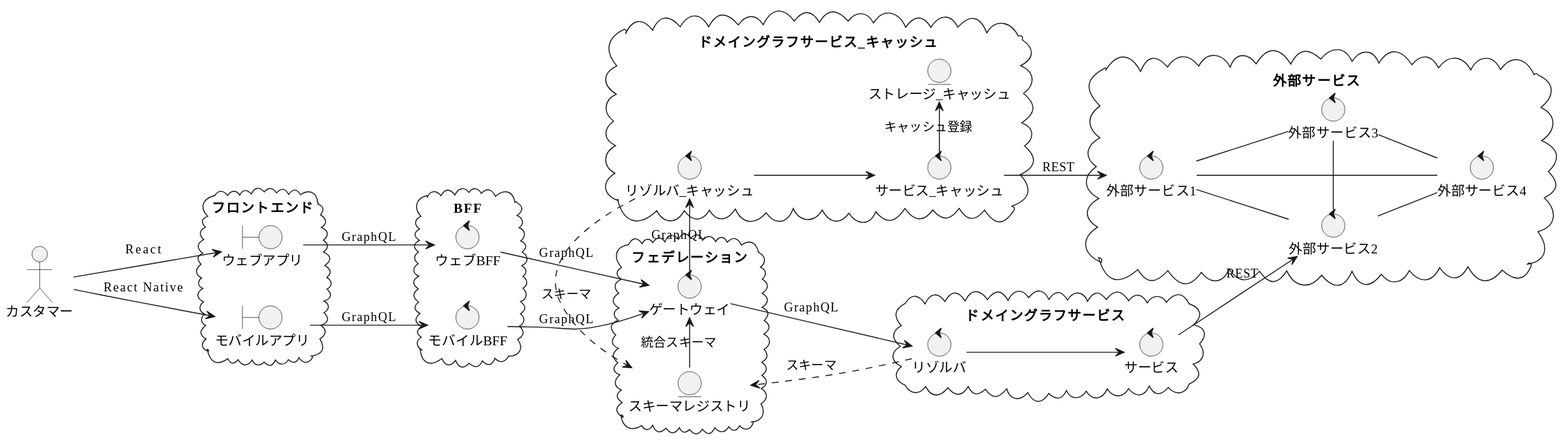
This is docs/arch/container_federation.svg from nilcy/monorepo, a PlantUML export, as it was before one commit.
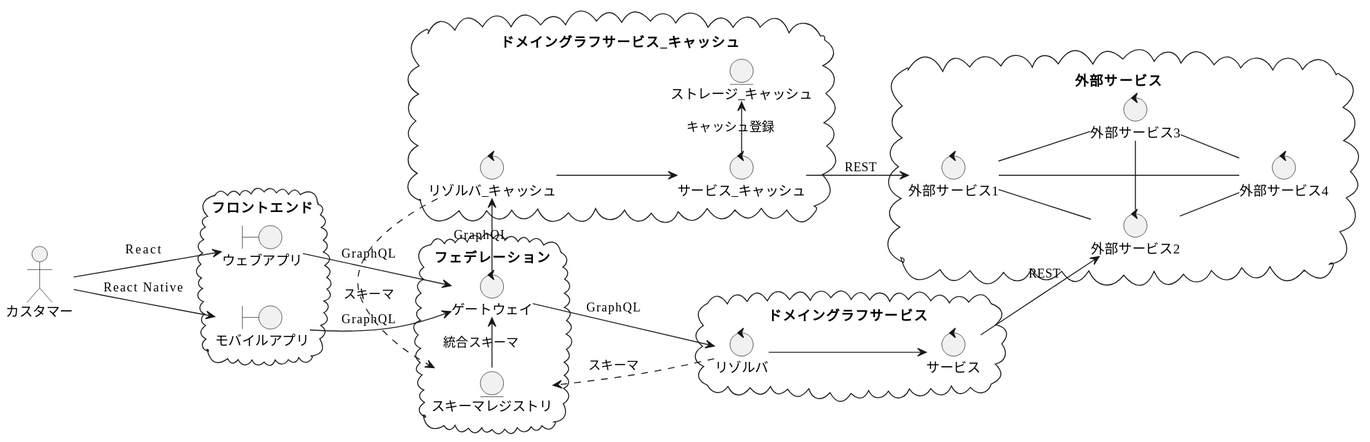
The same diagram one commit later.

What changed in the source:
```diff
@@ -10,17 +10,11 @@
     カスタマー --> ウェブアプリ : React
     カスタマー --> モバイルアプリ : React Native
 }
-cloud BFF {
-    control ウェブBFF
-    control モバイルBFF
-    ウェブアプリ --> ウェブBFF : GraphQL
-    モバイルアプリ --> モバイルBFF : GraphQL
-}
 cloud フェデレーション {
     control ゲートウェイ
     entity スキーマレジストリ
-    ウェブBFF --> ゲートウェイ : GraphQL
-    モバイルBFF --> ゲートウェイ : GraphQL
+    ウェブアプリ --> ゲートウェイ : GraphQL
+    モバイルアプリ --> ゲートウェイ : GraphQL
     ゲートウェイ <- スキーマレジストリ : 統合スキーマ
 }
 cloud ドメイングラフサービス_キャッシュ {
```
